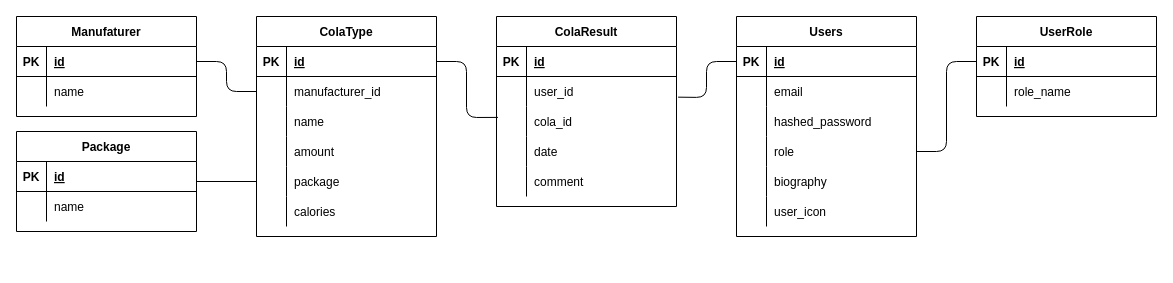
This is document/scheme.drawio from tuki9ko/cola_aketa, a draw.io file, before an edit. Source tidied: cells renumbered, new cells numbered last; positions are measured from the earlier drawing's top-left corner, leaving out a move shared by most shapes. Both pictures are drawn from the tidied source at 100%, with x=0, y=0 at pixel (16, 16).
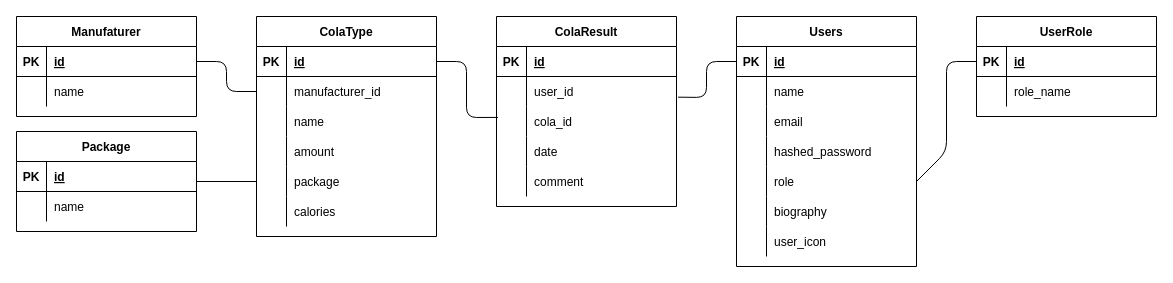
The same page after the edit.

Commit message (it also covers changes not shown here):
usersテーブルにnameを追加

Diff of the diagram source:
```diff
@@
     <mxCell id="2" value="Users" style="shape=table;startSize=30;childLayout=tableLayout;rowLines=0;fontStyle=1;align=center;" parent="1" vertex="1">
-      <mxGeometry x="720" width="180" height="220" as="geometry" />
+      <mxGeometry x="720" width="180" height="250" as="geometry" />
     </mxCell>
@@
+    <mxCell id="82" style="shape=partialRectangle;fillColor=none;top=0;left=0;bottom=0;right=0;" parent="2" vertex="1">
+      <mxGeometry y="60" width="180" height="30" as="geometry" />
+    </mxCell>
+    <mxCell id="83" style="shape=partialRectangle;fillColor=none;top=0;left=0;bottom=0;right=0;overflow=hidden;" parent="82" vertex="1">
+      <mxGeometry width="30" height="30" as="geometry" />
+    </mxCell>
+    <mxCell id="84" value="name" style="shape=partialRectangle;fillColor=none;top=0;left=0;bottom=0;right=0;align=left;spacingLeft=6;overflow=hidden;" parent="82" vertex="1">
+      <mxGeometry x="30" width="150" height="30" as="geometry" />
+    </mxCell>
     <mxCell id="6" style="shape=partialRectangle;fillColor=none;top=0;left=0;bottom=0;right=0;" parent="2" vertex="1">
-      <mxGeometry y="60" width="180" height="30" as="geometry" />
+      <mxGeometry y="90" width="180" height="30" as="geometry" />
     </mxCell>
@@
     <mxCell id="9" style="shape=partialRectangle;fillColor=none;top=0;left=0;bottom=0;right=0;" parent="2" vertex="1">
-      <mxGeometry y="90" width="180" height="30" as="geometry" />
+      <mxGeometry y="120" width="180" height="30" as="geometry" />
     </mxCell>
@@
     <mxCell id="12" style="shape=partialRectangle;fillColor=none;top=0;left=0;bottom=0;right=0;points=[[0,0.5],[1,0.5]];portConstraint=eastwest;" parent="2" vertex="1">
-      <mxGeometry y="120" width="180" height="30" as="geometry" />
+      <mxGeometry y="150" width="180" height="30" as="geometry" />
     </mxCell>
@@
     <mxCell id="15" style="shape=partialRectangle;fillColor=none;top=0;left=0;bottom=0;right=0;" parent="2" vertex="1">
-      <mxGeometry y="150" width="180" height="30" as="geometry" />
+      <mxGeometry y="180" width="180" height="30" as="geometry" />
     </mxCell>
@@
     <mxCell id="18" style="shape=partialRectangle;fillColor=none;top=0;left=0;bottom=0;right=0;" parent="2" vertex="1">
-      <mxGeometry y="180" width="180" height="30" as="geometry" />
+      <mxGeometry y="210" width="180" height="30" as="geometry" />
     </mxCell>
```
